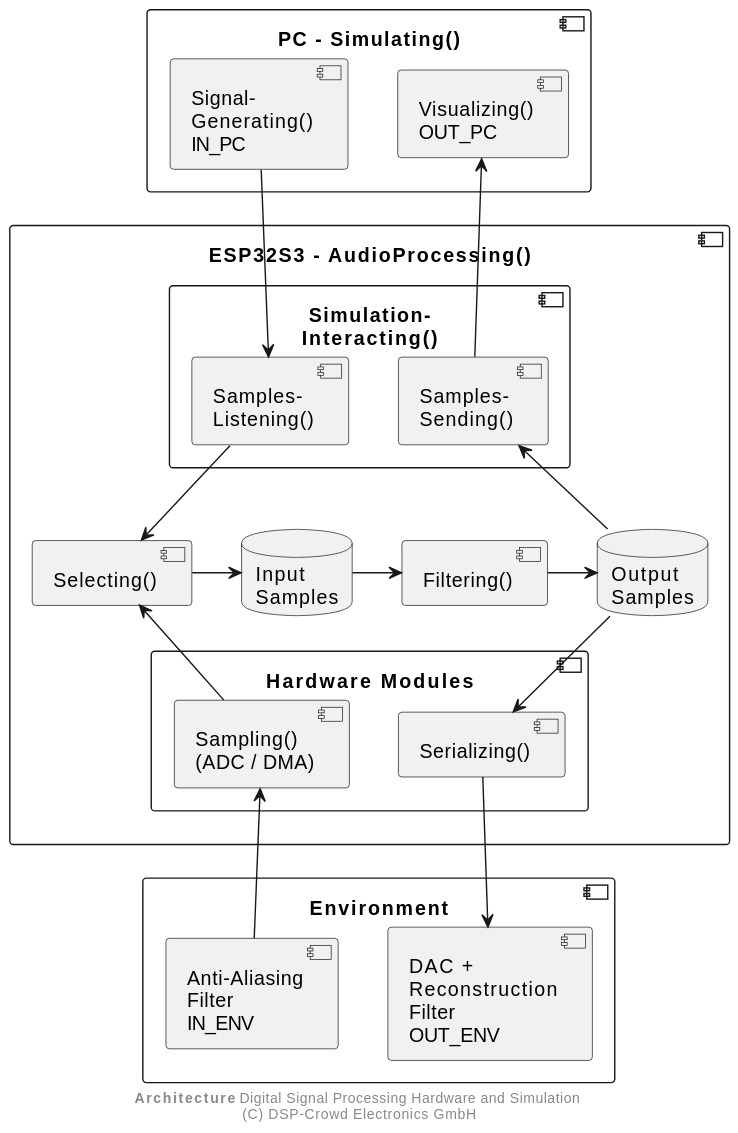
Earlier version of the PlantUML export doc/system/simulating.svg (NoOrientationProgramming/esp32-s3-audio-processing). Its diagram source:
```plantuml
@startuml


component "PC - Simulating()" as pc {
  component "Signal-\nGenerating()\nIN_PC" as gen
  component "Visualizing()\nOUT_PC" as visu

  gen -[hidden] visu
}

component "ESP32S3 - AudioProcessing()" as esp {
  database "Input\nSamples" as bufIn
  database "Output\nSamples" as bufOut
  component "Filtering()" as filt
  component "Selecting()" as sel

  component "Simulation-\nInteracting()" as simuInteract {
    component "Samples-\nListening()" as listen
    component "Samples-\nSending()" as send
  }

  component "Hardware Modules" as modHw {
    component "Sampling()\n(ADC / DMA)" as adc
    component "Serializing()" as ser
  }

  sel -> bufIn
  bufIn -> filt
  filt -> bufOut

  sel <-- adc
  bufOut --> ser

  listen --> sel
  send <-- bufOut
}

component "Environment" as env {
  component "Anti-Aliasing\nFilter\nIN_ENV" as filtAA
  component "DAC +\nReconstruction\nFilter\nOUT_ENV" as dac
}

gen --> listen
visu <-- send

adc <-- filtAA
ser --> dac

footer **Architecture** Digital Signal Processing Hardware and Simulation \n(C) DSP-Crowd Electronics GmbH

@enduml
```
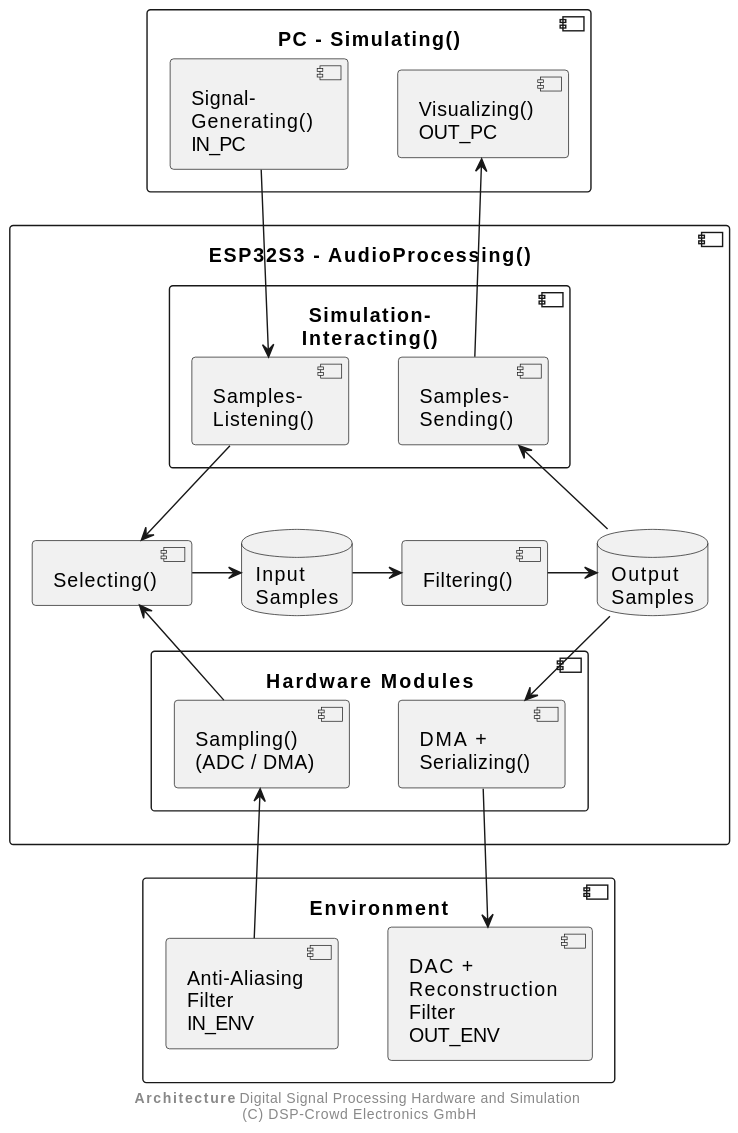
Later version of the same file.

The edit, as a diff of the source:
```diff
@@ -21,7 +21,7 @@
 
   component "Hardware Modules" as modHw {
     component "Sampling()\n(ADC / DMA)" as adc
-    component "Serializing()" as ser
+    component "DMA +\nSerializing()" as ser
   }
 
   sel -> bufIn
```
